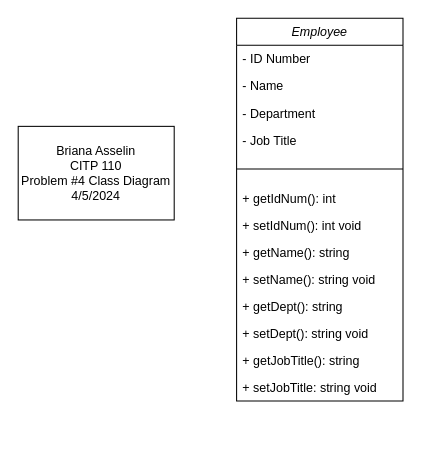
The draw.io diagram EmployeeClassUML.drawio in basselin2/IntroToPythonLCC, before the edit. Source tidied: cells renumbered, new cells numbered last; positions are measured from the earlier drawing's top-left corner, leaving out a move shared by most shapes. Both pictures are drawn from the tidied source at 104%, with x=0, y=0 at pixel (18, 18).
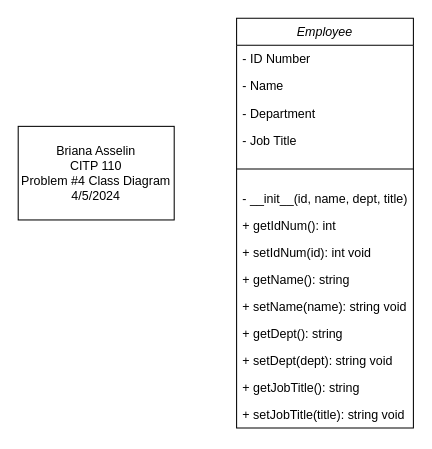
Above is the later version.

Diff of the diagram source:
```diff
@@
 <mxGraphModel>
   <root>
     <mxCell id="0" />
     <mxCell id="1" parent="0" />
     <mxCell id="2" value="Employee" style="swimlane;fontStyle=2;align=center;verticalAlign=top;horizontal=1;startSize=26;rounded=0;shadow=0;strokeWidth=1;" parent="1" vertex="1">
-      <mxGeometry x="210" width="160" height="368" as="geometry" />
+      <mxGeometry x="210" width="170" height="394" as="geometry" />
     </mxCell>
     <mxCell id="3" value="- ID Number" style="text;align=left;verticalAlign=top;spacingLeft=4;spacingRight=4;overflow=hidden;" parent="2" vertex="1">
-      <mxGeometry y="26" width="160" height="26" as="geometry" />
+      <mxGeometry y="26" width="170" height="26" as="geometry" />
     </mxCell>
     <mxCell id="4" value="- Name" style="text;align=left;verticalAlign=top;spacingLeft=4;spacingRight=4;overflow=hidden;rounded=0;shadow=0;html=0;" parent="2" vertex="1">
-      <mxGeometry y="52" width="160" height="26" as="geometry" />
+      <mxGeometry y="52" width="170" height="26" as="geometry" />
     </mxCell>
     <mxCell id="5" value="- Department" style="text;align=left;verticalAlign=top;spacingLeft=4;spacingRight=4;overflow=hidden;rounded=0;shadow=0;html=0;" parent="2" vertex="1">
-      <mxGeometry y="78" width="160" height="26" as="geometry" />
+      <mxGeometry y="78" width="170" height="26" as="geometry" />
     </mxCell>
     <mxCell id="6" value="- Job Title" style="text;align=left;verticalAlign=top;spacingLeft=4;spacingRight=4;overflow=hidden;rounded=0;shadow=0;html=0;" parent="2" vertex="1">
-      <mxGeometry y="104" width="160" height="26" as="geometry" />
+      <mxGeometry y="104" width="170" height="26" as="geometry" />
     </mxCell>
     <mxCell id="7" style="line;html=1;strokeWidth=1;align=left;verticalAlign=middle;spacingTop=-1;spacingLeft=3;spacingRight=3;labelPosition=right;" parent="2" vertex="1">
-      <mxGeometry y="130" width="160" height="30" as="geometry" />
+      <mxGeometry y="130" width="170" height="30" as="geometry" />
     </mxCell>
+    <mxCell id="17" value="- __init__(id, name, dept, title)" style="text;align=left;verticalAlign=top;spacingLeft=4;spacingRight=4;overflow=hidden;rounded=0;shadow=0;html=0;" parent="2" vertex="1">
+      <mxGeometry y="160" width="170" height="26" as="geometry" />
+    </mxCell>
     <mxCell id="8" value="+ getIdNum(): int" style="text;align=left;verticalAlign=top;spacingLeft=4;spacingRight=4;overflow=hidden;rounded=0;shadow=0;html=0;" parent="2" vertex="1">
-      <mxGeometry y="160" width="160" height="26" as="geometry" />
+      <mxGeometry y="186" width="170" height="26" as="geometry" />
     </mxCell>
-    <mxCell id="9" value="+ setIdNum(): int void" style="text;align=left;verticalAlign=top;spacingLeft=4;spacingRight=4;overflow=hidden;rounded=0;shadow=0;html=0;" parent="2" vertex="1">
-      <mxGeometry y="186" width="160" height="26" as="geometry" />
+    <mxCell id="9" value="+ setIdNum(id): int void" style="text;align=left;verticalAlign=top;spacingLeft=4;spacingRight=4;overflow=hidden;rounded=0;shadow=0;html=0;" parent="2" vertex="1">
+      <mxGeometry y="212" width="170" height="26" as="geometry" />
     </mxCell>
     <mxCell id="10" value="+ getName(): string" style="text;align=left;verticalAlign=top;spacingLeft=4;spacingRight=4;overflow=hidden;rounded=0;shadow=0;html=0;" parent="2" vertex="1">
-      <mxGeometry y="212" width="160" height="26" as="geometry" />
+      <mxGeometry y="238" width="170" height="26" as="geometry" />
     </mxCell>
-    <mxCell id="11" value="+ setName(): string void" style="text;align=left;verticalAlign=top;spacingLeft=4;spacingRight=4;overflow=hidden;rounded=0;shadow=0;html=0;" parent="2" vertex="1">
-      <mxGeometry y="238" width="160" height="26" as="geometry" />
+    <mxCell id="11" value="+ setName(name): string void" style="text;align=left;verticalAlign=top;spacingLeft=4;spacingRight=4;overflow=hidden;rounded=0;shadow=0;html=0;" parent="2" vertex="1">
+      <mxGeometry y="264" width="170" height="26" as="geometry" />
     </mxCell>
     <mxCell id="12" value="+ getDept(): string" style="text;align=left;verticalAlign=top;spacingLeft=4;spacingRight=4;overflow=hidden;rounded=0;shadow=0;html=0;" parent="2" vertex="1">
-      <mxGeometry y="264" width="160" height="26" as="geometry" />
+      <mxGeometry y="290" width="170" height="26" as="geometry" />
     </mxCell>
-    <mxCell id="13" value="+ setDept(): string void" style="text;align=left;verticalAlign=top;spacingLeft=4;spacingRight=4;overflow=hidden;rounded=0;shadow=0;html=0;" parent="2" vertex="1">
-      <mxGeometry y="290" width="160" height="26" as="geometry" />
+    <mxCell id="13" value="+ setDept(dept): string void" style="text;align=left;verticalAlign=top;spacingLeft=4;spacingRight=4;overflow=hidden;rounded=0;shadow=0;html=0;" parent="2" vertex="1">
+      <mxGeometry y="316" width="170" height="26" as="geometry" />
     </mxCell>
     <mxCell id="14" value="+ getJobTitle(): string" style="text;align=left;verticalAlign=top;spacingLeft=4;spacingRight=4;overflow=hidden;rounded=0;shadow=0;html=0;" parent="2" vertex="1">
-      <mxGeometry y="316" width="160" height="26" as="geometry" />
+      <mxGeometry y="342" width="170" height="26" as="geometry" />
     </mxCell>
-    <mxCell id="15" value="+ setJobTitle: string void" style="text;align=left;verticalAlign=top;spacingLeft=4;spacingRight=4;overflow=hidden;rounded=0;shadow=0;html=0;" parent="2" vertex="1">
-      <mxGeometry y="342" width="160" height="26" as="geometry" />
+    <mxCell id="15" value="+ setJobTitle(title): string void" style="text;align=left;verticalAlign=top;spacingLeft=4;spacingRight=4;overflow=hidden;rounded=0;shadow=0;html=0;" parent="2" vertex="1">
+      <mxGeometry y="368" width="170" height="26" as="geometry" />
     </mxCell>
     <mxCell id="16" value="Briana Asselin&lt;div&gt;CITP 110&lt;/div&gt;&lt;div&gt;Problem #4 Class Diagram&lt;/div&gt;&lt;div&gt;4/5/2024&lt;/div&gt;" style="rounded=0;whiteSpace=wrap;html=1;" parent="1" vertex="1">
       <mxGeometry y="104" width="150" height="90" as="geometry" />
     </mxCell>
   </root>
 </mxGraphModel>
```
